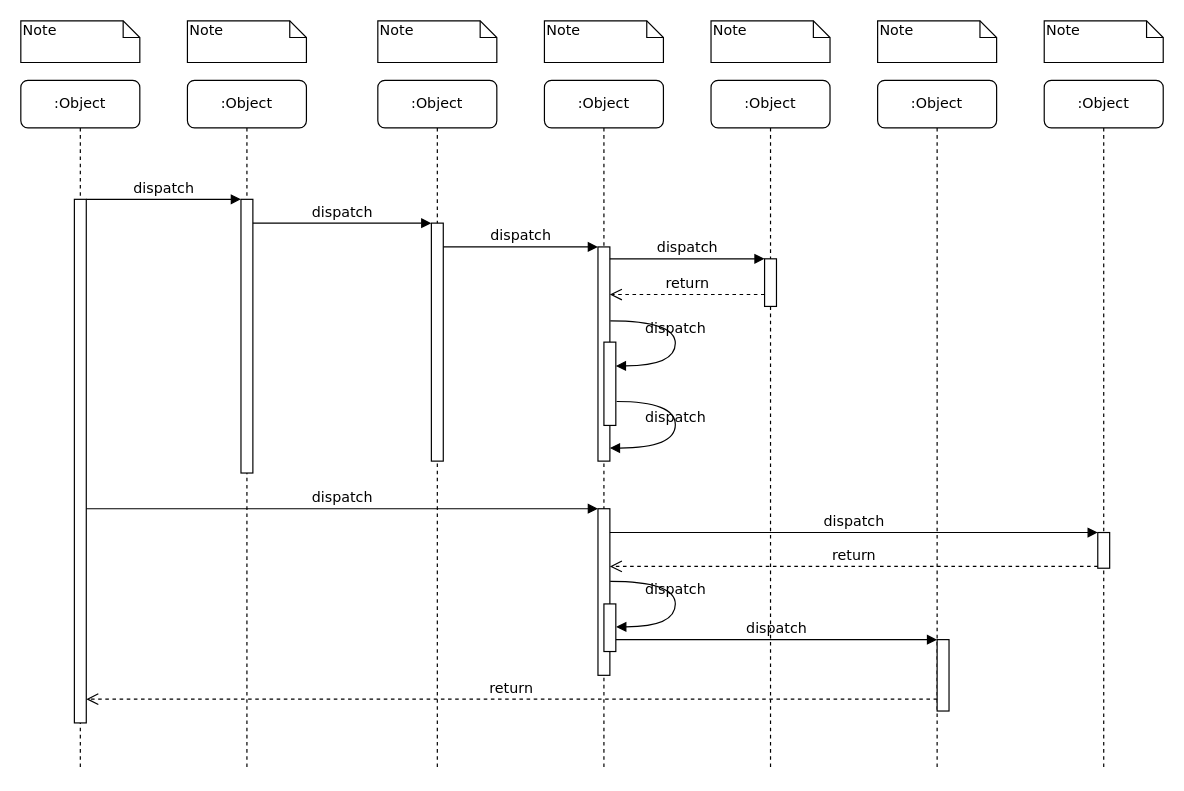
Above: secuence Diagram.drawio in carlosvalderrama1204/Circular007 (draw.io), before the change. Source tidied: cells renumbered, new cells numbered last; positions are measured from the earlier drawing's top-left corner, leaving out a move shared by most shapes. Both pictures are drawn from the tidied source at 119%, with x=0, y=0 at pixel (20, 20).
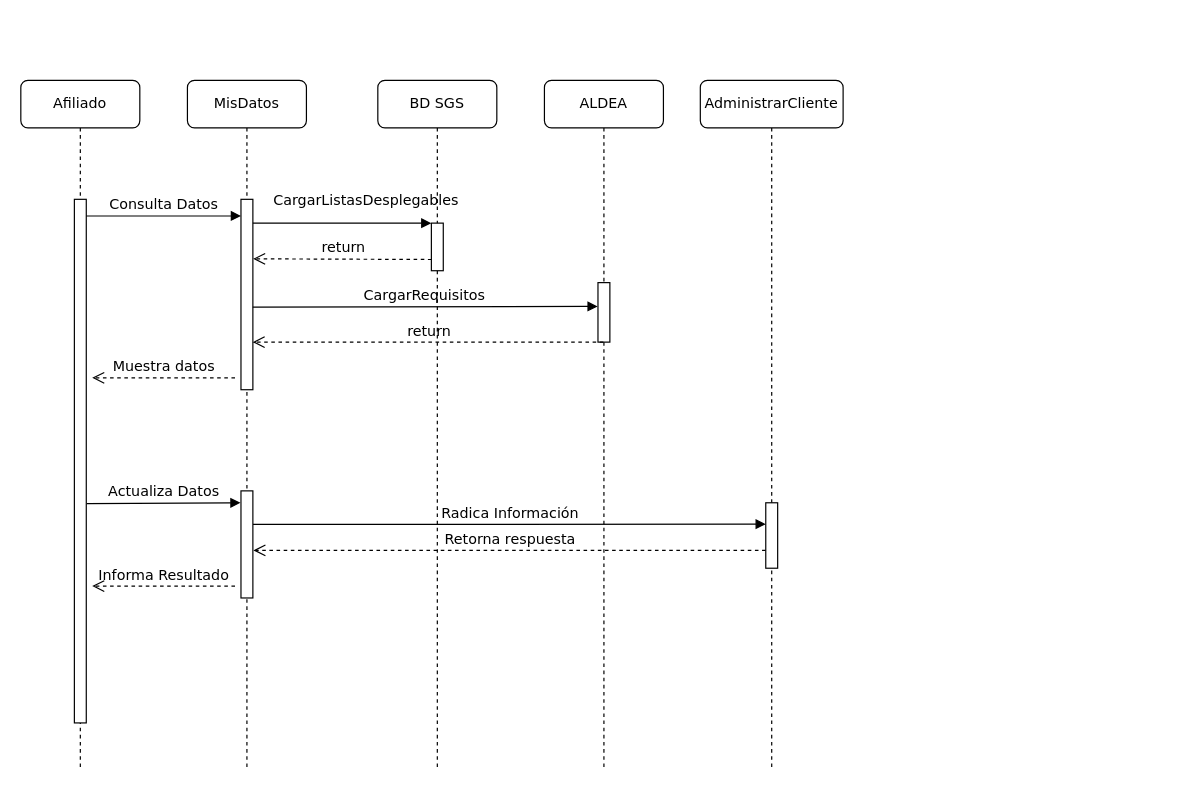
The same diagram, later.

Unchanged cells that the change refers to:
```xml
<mxCell id="11" style="html=1;points=[];perimeter=orthogonalPerimeter;rounded=0;shadow=0;comic=0;labelBackgroundColor=none;strokeWidth=1;fontFamily=Verdana;fontSize=12;align=center;" parent="10" vertex="1">
  <mxGeometry x="45" y="100" width="10" height="440" as="geometry" />
</mxCell>
```

The edit, as a diff of the source:
```diff
@@
-    <mxCell id="2" value=":Object" style="shape=umlLifeline;perimeter=lifelinePerimeter;whiteSpace=wrap;html=1;outlineConnect=0;rounded=1;shadow=0;comic=0;labelBackgroundColor=none;strokeWidth=1;fontFamily=Verdana;fontSize=12;align=center;" parent="1" vertex="1">
+    <mxCell id="2" value="MisDatos" style="shape=umlLifeline;perimeter=lifelinePerimeter;whiteSpace=wrap;html=1;outlineConnect=0;rounded=1;shadow=0;comic=0;labelBackgroundColor=none;strokeWidth=1;fontFamily=Verdana;fontSize=12;align=center;" parent="1" vertex="1">
       <mxGeometry x="140" y="50" width="100" height="580" as="geometry" />
     </mxCell>
     <mxCell id="3" style="html=1;points=[];perimeter=orthogonalPerimeter;rounded=0;shadow=0;comic=0;labelBackgroundColor=none;strokeWidth=1;fontFamily=Verdana;fontSize=12;align=center;" parent="2" vertex="1">
-      <mxGeometry x="45" y="100" width="10" height="230" as="geometry" />
+      <mxGeometry x="45" y="100" width="10" height="160" as="geometry" />
     </mxCell>
+    <mxCell id="39" style="html=1;points=[];perimeter=orthogonalPerimeter;rounded=0;shadow=0;comic=0;labelBackgroundColor=none;strokeWidth=1;fontFamily=Verdana;fontSize=12;align=center;" parent="2" vertex="1">
+      <mxGeometry x="45" y="345" width="10" height="90" as="geometry" />
+    </mxCell>
-    <mxCell id="4" value=":Object" style="shape=umlLifeline;perimeter=lifelinePerimeter;whiteSpace=wrap;html=1;rounded=1;shadow=0;comic=0;labelBackgroundColor=none;strokeWidth=1;fontFamily=Verdana;fontSize=12;align=center;" parent="1" vertex="1">
+    <mxCell id="4" value="BD SGS" style="shape=umlLifeline;perimeter=lifelinePerimeter;whiteSpace=wrap;html=1;rounded=1;shadow=0;comic=0;labelBackgroundColor=none;strokeWidth=1;fontFamily=Verdana;fontSize=12;align=center;" parent="1" vertex="1">
       <mxGeometry x="300" y="50" width="100" height="580" as="geometry" />
     </mxCell>
     <mxCell id="5" style="html=1;points=[];perimeter=orthogonalPerimeter;rounded=0;shadow=0;comic=0;labelBackgroundColor=none;strokeWidth=1;fontFamily=Verdana;fontSize=12;align=center;" parent="4" vertex="1">
-      <mxGeometry x="45" y="120" width="10" height="200" as="geometry" />
+      <mxGeometry x="45" y="120" width="10" height="40" as="geometry" />
     </mxCell>
-    <mxCell id="6" value=":Object" style="shape=umlLifeline;perimeter=lifelinePerimeter;whiteSpace=wrap;html=1;outlineConnect=0;rounded=1;shadow=0;comic=0;labelBackgroundColor=none;strokeWidth=1;fontFamily=Verdana;fontSize=12;align=center;" parent="1" vertex="1">
+    <mxCell id="6" value="ALDEA" style="shape=umlLifeline;perimeter=lifelinePerimeter;whiteSpace=wrap;html=1;outlineConnect=0;rounded=1;shadow=0;comic=0;labelBackgroundColor=none;strokeWidth=1;fontFamily=Verdana;fontSize=12;align=center;" parent="1" vertex="1">
       <mxGeometry x="440" y="50" width="100" height="580" as="geometry" />
     </mxCell>
-    <mxCell id="7" value=":Object" style="shape=umlLifeline;perimeter=lifelinePerimeter;whiteSpace=wrap;html=1;rounded=1;shadow=0;comic=0;labelBackgroundColor=none;strokeWidth=1;fontFamily=Verdana;fontSize=12;align=center;" parent="1" vertex="1">
-      <mxGeometry x="580" y="50" width="100" height="580" as="geometry" />
+    <mxCell id="7" value="AdministrarCliente" style="shape=umlLifeline;perimeter=lifelinePerimeter;whiteSpace=wrap;html=1;rounded=1;shadow=0;comic=0;labelBackgroundColor=none;strokeWidth=1;fontFamily=Verdana;fontSize=12;align=center;" parent="1" vertex="1">
+      <mxGeometry x="571" y="50" width="120" height="580" as="geometry" />
     </mxCell>
-    <mxCell id="8" value=":Object" style="shape=umlLifeline;perimeter=lifelinePerimeter;whiteSpace=wrap;html=1;rounded=1;shadow=0;comic=0;labelBackgroundColor=none;strokeWidth=1;fontFamily=Verdana;fontSize=12;align=center;" parent="1" vertex="1">
-      <mxGeometry x="720" y="50" width="100" height="580" as="geometry" />
-    </mxCell>
-    <mxCell id="9" value=":Object" style="shape=umlLifeline;perimeter=lifelinePerimeter;whiteSpace=wrap;html=1;rounded=1;shadow=0;comic=0;labelBackgroundColor=none;strokeWidth=1;fontFamily=Verdana;fontSize=12;align=center;" parent="1" vertex="1">
-      <mxGeometry x="860" y="50" width="100" height="580" as="geometry" />
-    </mxCell>
-    <mxCell id="10" value=":Object" style="shape=umlLifeline;perimeter=lifelinePerimeter;whiteSpace=wrap;html=1;rounded=1;shadow=0;comic=0;labelBackgroundColor=none;strokeWidth=1;fontFamily=Verdana;fontSize=12;align=center;" parent="1" vertex="1">
+    <mxCell id="10" value="Afiliado" style="shape=umlLifeline;perimeter=lifelinePerimeter;whiteSpace=wrap;html=1;rounded=1;shadow=0;comic=0;labelBackgroundColor=none;strokeWidth=1;fontFamily=Verdana;fontSize=12;align=center;" parent="1" vertex="1">
       <mxGeometry y="50" width="100" height="580" as="geometry" />
     </mxCell>
@@
     <mxCell id="12" style="html=1;points=[];perimeter=orthogonalPerimeter;rounded=0;shadow=0;comic=0;labelBackgroundColor=none;strokeWidth=1;fontFamily=Verdana;fontSize=12;align=center;" parent="1" vertex="1">
-      <mxGeometry x="485" y="190" width="10" height="180" as="geometry" />
+      <mxGeometry x="485" y="220" width="10" height="50" as="geometry" />
     </mxCell>
-    <mxCell id="13" value="dispatch" style="html=1;verticalAlign=bottom;endArrow=block;labelBackgroundColor=none;fontFamily=Verdana;fontSize=12;edgeStyle=elbowEdgeStyle;elbow=vertical;" parent="1" edge="1" source="5" target="12">
-      <mxGeometry relative="1" as="geometry">
-        <Array as="points">
-          <mxPoint x="360" y="190" />
-        </Array>
-      </mxGeometry>
-    </mxCell>
     <mxCell id="14" style="html=1;points=[];perimeter=orthogonalPerimeter;rounded=0;shadow=0;comic=0;labelBackgroundColor=none;strokeWidth=1;fontFamily=Verdana;fontSize=12;align=center;" parent="1" vertex="1">
-      <mxGeometry x="625" y="200" width="10" height="40" as="geometry" />
+      <mxGeometry x="626" y="405" width="10" height="55" as="geometry" />
     </mxCell>
-    <mxCell id="15" value="dispatch" style="html=1;verticalAlign=bottom;endArrow=block;entryX=0;entryY=0;labelBackgroundColor=none;fontFamily=Verdana;fontSize=12;edgeStyle=elbowEdgeStyle;elbow=vertical;" parent="1" edge="1" source="12" target="14">
-      <mxGeometry relative="1" as="geometry" />
-    </mxCell>
-    <mxCell id="16" value="return" style="html=1;verticalAlign=bottom;endArrow=open;dashed=1;endSize=8;labelBackgroundColor=none;fontFamily=Verdana;fontSize=12;edgeStyle=elbowEdgeStyle;elbow=vertical;" parent="1" edge="1" source="14" target="12">
-      <mxGeometry relative="1" as="geometry">
-        <Array as="points">
-          <mxPoint x="570" y="230" />
-          <mxPoint x="600" y="230" />
-        </Array>
-      </mxGeometry>
-    </mxCell>
-    <mxCell id="17" style="html=1;points=[];perimeter=orthogonalPerimeter;rounded=0;shadow=0;comic=0;labelBackgroundColor=none;strokeWidth=1;fontFamily=Verdana;fontSize=12;align=center;" parent="1" vertex="1">
-      <mxGeometry x="485" y="410" width="10" height="140" as="geometry" />
-    </mxCell>
-    <mxCell id="18" value="dispatch" style="html=1;verticalAlign=bottom;endArrow=block;entryX=0;entryY=0;labelBackgroundColor=none;fontFamily=Verdana;fontSize=12;" parent="1" edge="1" source="11" target="17">
-      <mxGeometry relative="1" as="geometry" />
-    </mxCell>
-    <mxCell id="19" style="html=1;points=[];perimeter=orthogonalPerimeter;rounded=0;shadow=0;comic=0;labelBackgroundColor=none;strokeColor=#000000;strokeWidth=1;fillColor=#FFFFFF;fontFamily=Verdana;fontSize=12;fontColor=#000000;align=center;" parent="1" vertex="1">
-      <mxGeometry x="905" y="430" width="10" height="30" as="geometry" />
-    </mxCell>
-    <mxCell id="20" value="dispatch" style="html=1;verticalAlign=bottom;endArrow=block;entryX=0;entryY=0;labelBackgroundColor=none;fontFamily=Verdana;fontSize=12;" parent="1" edge="1" source="17" target="19">
-      <mxGeometry relative="1" as="geometry" />
-    </mxCell>
-    <mxCell id="21" value="return" style="html=1;verticalAlign=bottom;endArrow=open;dashed=1;endSize=8;exitX=0;exitY=0.95;labelBackgroundColor=none;fontFamily=Verdana;fontSize=12;" parent="1" edge="1" source="19" target="17">
-      <mxGeometry relative="1" as="geometry" />
-    </mxCell>
-    <mxCell id="22" style="html=1;points=[];perimeter=orthogonalPerimeter;rounded=0;shadow=0;comic=0;labelBackgroundColor=none;strokeWidth=1;fontFamily=Verdana;fontSize=12;align=center;" parent="1" vertex="1">
-      <mxGeometry x="770" y="520" width="10" height="60" as="geometry" />
-    </mxCell>
-    <mxCell id="23" value="dispatch" style="html=1;verticalAlign=bottom;endArrow=block;entryX=0;entryY=0;labelBackgroundColor=none;fontFamily=Verdana;fontSize=12;edgeStyle=elbowEdgeStyle;elbow=vertical;" parent="1" edge="1" source="30" target="22">
-      <mxGeometry relative="1" as="geometry" />
-    </mxCell>
-    <mxCell id="24" value="return" style="html=1;verticalAlign=bottom;endArrow=open;dashed=1;endSize=8;labelBackgroundColor=none;fontFamily=Verdana;fontSize=12;edgeStyle=elbowEdgeStyle;elbow=vertical;" parent="1" edge="1" source="22" target="11">
-      <mxGeometry relative="1" as="geometry">
-        <Array as="points">
-          <mxPoint x="470" y="570" />
-        </Array>
-      </mxGeometry>
-    </mxCell>
-    <mxCell id="25" value="dispatch" style="html=1;verticalAlign=bottom;endArrow=block;entryX=0;entryY=0;labelBackgroundColor=none;fontFamily=Verdana;fontSize=12;edgeStyle=elbowEdgeStyle;elbow=vertical;" parent="1" edge="1" source="11" target="3">
-      <mxGeometry relative="1" as="geometry" />
+    <mxCell id="25" value="Consulta Datos" style="html=1;verticalAlign=bottom;endArrow=block;labelBackgroundColor=none;fontFamily=Verdana;fontSize=12;edgeStyle=elbowEdgeStyle;elbow=vertical;entryX=0.002;entryY=0.085;entryDx=0;entryDy=0;entryPerimeter=0;" parent="1" edge="1" target="3">
+      <mxGeometry relative="1" as="geometry">
+        <mxPoint x="55" y="164" as="sourcePoint" />
+        <Array as="points">
+          <mxPoint x="100" y="164" />
+        </Array>
+      </mxGeometry>
     </mxCell>
-    <mxCell id="26" value="dispatch" style="html=1;verticalAlign=bottom;endArrow=block;entryX=0;entryY=0;labelBackgroundColor=none;fontFamily=Verdana;fontSize=12;edgeStyle=elbowEdgeStyle;elbow=vertical;" parent="1" edge="1" source="3" target="5">
-      <mxGeometry relative="1" as="geometry" />
+    <mxCell id="26" value="CargarListasDesplegables" style="html=1;verticalAlign=bottom;endArrow=block;entryX=0;entryY=0;labelBackgroundColor=none;fontFamily=Verdana;fontSize=12;edgeStyle=elbowEdgeStyle;elbow=vertical;" parent="1" edge="1" source="3" target="5">
+      <mxGeometry x="0.27" y="10" relative="1" as="geometry" />
     </mxCell>
-    <mxCell id="27" style="html=1;points=[];perimeter=orthogonalPerimeter;rounded=0;shadow=0;comic=0;labelBackgroundColor=none;strokeWidth=1;fontFamily=Verdana;fontSize=12;align=center;" parent="1" vertex="1">
-      <mxGeometry x="490" y="270" width="10" height="70" as="geometry" />
-    </mxCell>
-    <mxCell id="28" value="dispatch" style="html=1;verticalAlign=bottom;endArrow=block;labelBackgroundColor=none;fontFamily=Verdana;fontSize=12;elbow=vertical;edgeStyle=orthogonalEdgeStyle;curved=1;entryX=1;entryY=0.286;entryPerimeter=0;exitX=1.038;exitY=0.345;exitPerimeter=0;" parent="1" edge="1" source="12" target="27">
-      <mxGeometry relative="1" as="geometry">
-        <Array as="points">
-          <mxPoint x="550" y="252" />
-          <mxPoint x="550" y="290" />
-        </Array>
-      </mxGeometry>
-    </mxCell>
-    <mxCell id="29" value="dispatch" style="html=1;verticalAlign=bottom;endArrow=block;labelBackgroundColor=none;fontFamily=Verdana;fontSize=12;elbow=vertical;edgeStyle=orthogonalEdgeStyle;curved=1;exitX=1.066;exitY=0.713;exitPerimeter=0;" parent="1" edge="1" source="27">
-      <mxGeometry relative="1" as="geometry">
-        <mxPoint x="495" y="359" as="targetPoint" />
-        <Array as="points">
-          <mxPoint x="550" y="320" />
-          <mxPoint x="550" y="359" />
-        </Array>
-      </mxGeometry>
-    </mxCell>
-    <mxCell id="30" style="html=1;points=[];perimeter=orthogonalPerimeter;rounded=0;shadow=0;comic=0;labelBackgroundColor=none;strokeWidth=1;fontFamily=Verdana;fontSize=12;align=center;" parent="1" vertex="1">
-      <mxGeometry x="490" y="490" width="10" height="40" as="geometry" />
-    </mxCell>
-    <mxCell id="31" value="dispatch" style="html=1;verticalAlign=bottom;endArrow=block;labelBackgroundColor=none;fontFamily=Verdana;fontSize=12;elbow=vertical;edgeStyle=orthogonalEdgeStyle;curved=1;entryX=1;entryY=0.286;entryPerimeter=0;exitX=1.038;exitY=0.345;exitPerimeter=0;" parent="1" edge="1">
-      <mxGeometry relative="1" as="geometry">
-        <mxPoint x="495.3" y="471" as="sourcePoint" />
-        <mxPoint x="500.3" y="509.3" as="targetPoint" />
-        <Array as="points">
-          <mxPoint x="550" y="471" />
-          <mxPoint x="550" y="509" />
-        </Array>
-      </mxGeometry>
-    </mxCell>
-    <mxCell id="32" value="Note" style="shape=note;whiteSpace=wrap;html=1;size=14;verticalAlign=top;align=left;spacingTop=-6;rounded=0;shadow=0;comic=0;labelBackgroundColor=none;strokeWidth=1;fontFamily=Verdana;fontSize=12;" parent="1" vertex="1">
-      <mxGeometry width="100" height="35" as="geometry" />
-    </mxCell>
-    <mxCell id="33" value="Note" style="shape=note;whiteSpace=wrap;html=1;size=14;verticalAlign=top;align=left;spacingTop=-6;rounded=0;shadow=0;comic=0;labelBackgroundColor=none;strokeWidth=1;fontFamily=Verdana;fontSize=12;" parent="1" vertex="1">
-      <mxGeometry x="140" width="100" height="35" as="geometry" />
-    </mxCell>
-    <mxCell id="34" value="Note" style="shape=note;whiteSpace=wrap;html=1;size=14;verticalAlign=top;align=left;spacingTop=-6;rounded=0;shadow=0;comic=0;labelBackgroundColor=none;strokeWidth=1;fontFamily=Verdana;fontSize=12;" parent="1" vertex="1">
-      <mxGeometry x="300" width="100" height="35" as="geometry" />
-    </mxCell>
-    <mxCell id="35" value="Note" style="shape=note;whiteSpace=wrap;html=1;size=14;verticalAlign=top;align=left;spacingTop=-6;rounded=0;shadow=0;comic=0;labelBackgroundColor=none;strokeWidth=1;fontFamily=Verdana;fontSize=12;" parent="1" vertex="1">
-      <mxGeometry x="440" width="100" height="35" as="geometry" />
-    </mxCell>
-    <mxCell id="36" value="Note" style="shape=note;whiteSpace=wrap;html=1;size=14;verticalAlign=top;align=left;spacingTop=-6;rounded=0;shadow=0;comic=0;labelBackgroundColor=none;strokeWidth=1;fontFamily=Verdana;fontSize=12;" parent="1" vertex="1">
-      <mxGeometry x="580" width="100" height="35" as="geometry" />
-    </mxCell>
-    <mxCell id="37" value="Note" style="shape=note;whiteSpace=wrap;html=1;size=14;verticalAlign=top;align=left;spacingTop=-6;rounded=0;shadow=0;comic=0;labelBackgroundColor=none;strokeWidth=1;fontFamily=Verdana;fontSize=12;" parent="1" vertex="1">
-      <mxGeometry x="720" width="100" height="35" as="geometry" />
-    </mxCell>
-    <mxCell id="38" value="Note" style="shape=note;whiteSpace=wrap;html=1;size=14;verticalAlign=top;align=left;spacingTop=-6;rounded=0;shadow=0;comic=0;labelBackgroundColor=none;strokeWidth=1;fontFamily=Verdana;fontSize=12;" parent="1" vertex="1">
-      <mxGeometry x="860" width="100" height="35" as="geometry" />
-    </mxCell>
+    <mxCell id="40" value="return" style="html=1;verticalAlign=bottom;endArrow=open;dashed=1;endSize=8;labelBackgroundColor=none;fontFamily=Verdana;fontSize=12;edgeStyle=elbowEdgeStyle;elbow=vertical;entryX=1.022;entryY=0.31;entryDx=0;entryDy=0;entryPerimeter=0;exitX=0.008;exitY=0.764;exitDx=0;exitDy=0;exitPerimeter=0;" parent="1" edge="1" source="5" target="3">
+      <mxGeometry relative="1" as="geometry">
+        <Array as="points">
+          <mxPoint x="275" y="200" />
+          <mxPoint x="305" y="200" />
+        </Array>
+      </mxGeometry>
+    </mxCell>
+    <mxCell id="41" value="CargarRequisitos" style="html=1;verticalAlign=bottom;endArrow=block;labelBackgroundColor=none;fontFamily=Verdana;fontSize=12;edgeStyle=elbowEdgeStyle;elbow=vertical;exitX=0.99;exitY=0.566;exitDx=0;exitDy=0;exitPerimeter=0;entryX=-0.026;entryY=0.401;entryDx=0;entryDy=0;entryPerimeter=0;" parent="1" edge="1" source="3" target="12">
+      <mxGeometry relative="1" as="geometry">
+        <Array as="points">
+          <mxPoint x="210" y="240" />
+        </Array>
+      </mxGeometry>
+    </mxCell>
+    <mxCell id="42" value="Retorna respuesta" style="html=1;verticalAlign=bottom;endArrow=open;dashed=1;endSize=8;labelBackgroundColor=none;fontFamily=Verdana;fontSize=12;edgeStyle=elbowEdgeStyle;elbow=vertical;entryX=1.043;entryY=0.554;entryDx=0;entryDy=0;entryPerimeter=0;exitX=-0.012;exitY=0.727;exitDx=0;exitDy=0;exitPerimeter=0;" parent="1" edge="1" source="14" target="39">
+      <mxGeometry relative="1" as="geometry">
+        <Array as="points">
+          <mxPoint x="550" y="445" />
+          <mxPoint x="490" y="435" />
+          <mxPoint x="620" y="435" />
+          <mxPoint x="430" y="325" />
+          <mxPoint x="460" y="325" />
+        </Array>
+      </mxGeometry>
+    </mxCell>
+    <mxCell id="43" value="Muestra datos" style="html=1;verticalAlign=bottom;endArrow=open;dashed=1;endSize=8;labelBackgroundColor=none;fontFamily=Verdana;fontSize=12;edgeStyle=elbowEdgeStyle;elbow=vertical;" parent="1" edge="1">
+      <mxGeometry relative="1" as="geometry">
+        <mxPoint x="180" y="300" as="sourcePoint" />
+        <mxPoint x="60" y="300" as="targetPoint" />
+        <Array as="points">
+          <mxPoint x="135" y="300" />
+          <mxPoint x="165" y="300" />
+        </Array>
+      </mxGeometry>
+    </mxCell>
+    <mxCell id="44" value="Actualiza Datos" style="html=1;verticalAlign=bottom;endArrow=block;labelBackgroundColor=none;fontFamily=Verdana;fontSize=12;edgeStyle=elbowEdgeStyle;elbow=vertical;exitX=1.044;exitY=0.581;exitDx=0;exitDy=0;exitPerimeter=0;entryX=-0.037;entryY=0.114;entryDx=0;entryDy=0;entryPerimeter=0;" parent="1" edge="1" source="11" target="39">
+      <mxGeometry relative="1" as="geometry" />
+    </mxCell>
+    <mxCell id="45" value="Radica Información" style="html=1;verticalAlign=bottom;endArrow=block;labelBackgroundColor=none;fontFamily=Verdana;fontSize=12;edgeStyle=elbowEdgeStyle;elbow=vertical;exitX=1.012;exitY=0.313;exitDx=0;exitDy=0;exitPerimeter=0;" parent="1" edge="1" source="39">
+      <mxGeometry relative="1" as="geometry">
+        <mxPoint x="626" y="423" as="targetPoint" />
+        <Array as="points">
+          <mxPoint x="615" y="423" />
+        </Array>
+      </mxGeometry>
+    </mxCell>
+    <mxCell id="46" value="Informa Resultado" style="html=1;verticalAlign=bottom;endArrow=open;dashed=1;endSize=8;labelBackgroundColor=none;fontFamily=Verdana;fontSize=12;edgeStyle=elbowEdgeStyle;elbow=vertical;" parent="1" edge="1">
+      <mxGeometry relative="1" as="geometry">
+        <mxPoint x="180" y="475" as="sourcePoint" />
+        <mxPoint x="60" y="475" as="targetPoint" />
+        <Array as="points">
+          <mxPoint x="135" y="475" />
+          <mxPoint x="165" y="475" />
+        </Array>
+      </mxGeometry>
+    </mxCell>
+    <mxCell id="47" value="return" style="html=1;verticalAlign=bottom;endArrow=open;dashed=1;endSize=8;labelBackgroundColor=none;fontFamily=Verdana;fontSize=12;edgeStyle=elbowEdgeStyle;elbow=vertical;entryX=0.548;entryY=0.379;entryDx=0;entryDy=0;entryPerimeter=0;" parent="1" edge="1" source="6" target="2">
+      <mxGeometry relative="1" as="geometry">
+        <Array as="points">
+          <mxPoint x="285" y="270" />
+          <mxPoint x="315" y="270" />
+        </Array>
+      </mxGeometry>
+    </mxCell>
```
